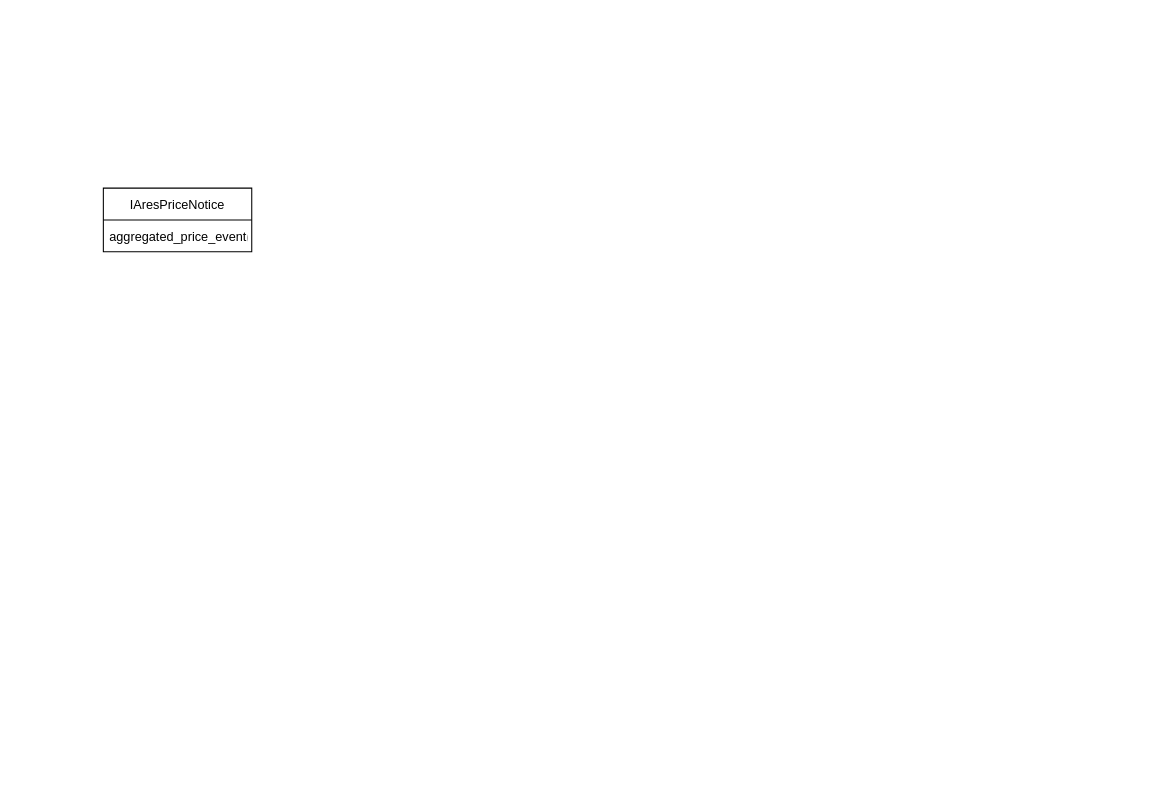
The draw.io diagram page "Ares-price 接口" (6 of 6) of 自动报价程序.drawio in kami1983/umls, before the edit. Source tidied: cells renumbered, new cells numbered last; positions are measured from the earlier drawing's top-left corner, leaving out a move shared by most shapes. Both pictures are drawn from the tidied source at 106%, with x=0, y=0 at pixel (103, 188).
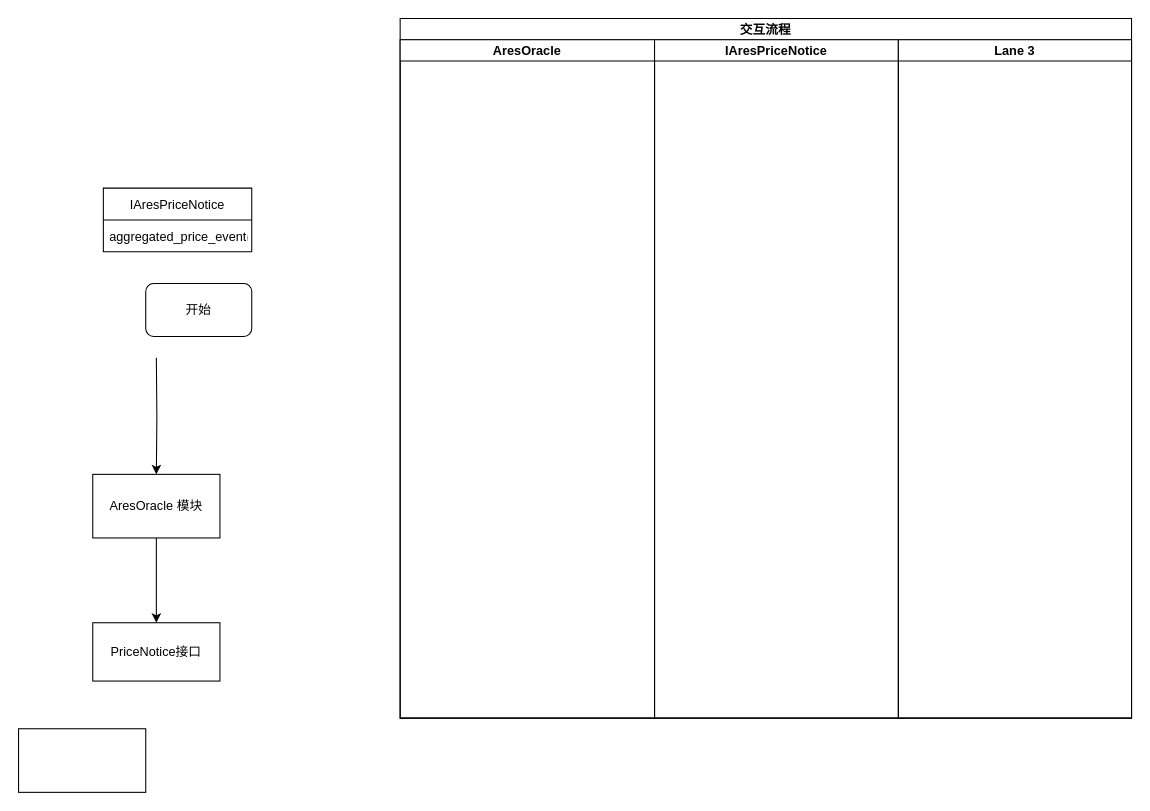
The same page after the edit.

What changed in the source:
```diff
@@
 <mxGraphModel>
   <root>
     <mxCell id="0" />
     <mxCell id="1" parent="0" />
     <mxCell id="2" value="IAresPriceNotice" style="swimlane;fontStyle=0;horizontal=1;startSize=30;" parent="1" vertex="1">
       <mxGeometry width="140" height="60" as="geometry" />
     </mxCell>
     <mxCell id="3" value="aggregated_price_event()" style="text;strokeColor=none;fillColor=none;align=left;verticalAlign=middle;spacingLeft=4;spacingRight=4;overflow=hidden;" parent="2" vertex="1">
       <mxGeometry y="30" width="140" height="30" as="geometry" />
     </mxCell>
+    <mxCell id="4" style="edgeStyle=orthogonalEdgeStyle;rounded=0;jettySize=auto;html=1;entryX=0.5;entryY=0;entryDx=0;entryDy=0;" parent="1" edge="1" target="7">
+      <mxGeometry relative="1" as="geometry">
+        <mxPoint x="50" y="160" as="sourcePoint" />
+      </mxGeometry>
+    </mxCell>
+    <mxCell id="5" value="PriceNotice接口" style="rounded=0;whiteSpace=wrap;html=1;" parent="1" vertex="1">
+      <mxGeometry x="-10" y="410" width="120" height="55" as="geometry" />
+    </mxCell>
+    <mxCell id="6" style="edgeStyle=orthogonalEdgeStyle;rounded=0;jettySize=auto;html=1;" parent="1" edge="1" source="7" target="5">
+      <mxGeometry relative="1" as="geometry" />
+    </mxCell>
+    <mxCell id="7" value="AresOracle 模块" style="rounded=0;whiteSpace=wrap;html=1;" parent="1" vertex="1">
+      <mxGeometry x="-10" y="270" width="120" height="60" as="geometry" />
+    </mxCell>
+    <mxCell id="8" style="rounded=0;whiteSpace=wrap;html=1;" parent="1" vertex="1">
+      <mxGeometry x="-80" y="510" width="120" height="60" as="geometry" />
+    </mxCell>
+    <mxCell id="9" value="交互流程" style="swimlane;startSize=20;" parent="1" vertex="1">
+      <mxGeometry x="280" y="-160" width="690" height="660" as="geometry" />
+    </mxCell>
+    <mxCell id="10" value="AresOracle" style="swimlane;startSize=20;" parent="9" vertex="1">
+      <mxGeometry y="20" width="240" height="640" as="geometry" />
+    </mxCell>
+    <mxCell id="11" value="IAresPriceNotice" style="swimlane;startSize=20;" parent="9" vertex="1">
+      <mxGeometry x="240" y="20" width="230" height="640" as="geometry" />
+    </mxCell>
+    <mxCell id="12" value="Lane 3" style="swimlane;startSize=20;" parent="9" vertex="1">
+      <mxGeometry x="470" y="20" width="220" height="640" as="geometry" />
+    </mxCell>
+    <mxCell id="13" value="开始" style="rounded=1;whiteSpace=wrap;html=1;" parent="1" vertex="1">
+      <mxGeometry x="40" y="90" width="100" height="50" as="geometry" />
+    </mxCell>
   </root>
 </mxGraphModel>
```
